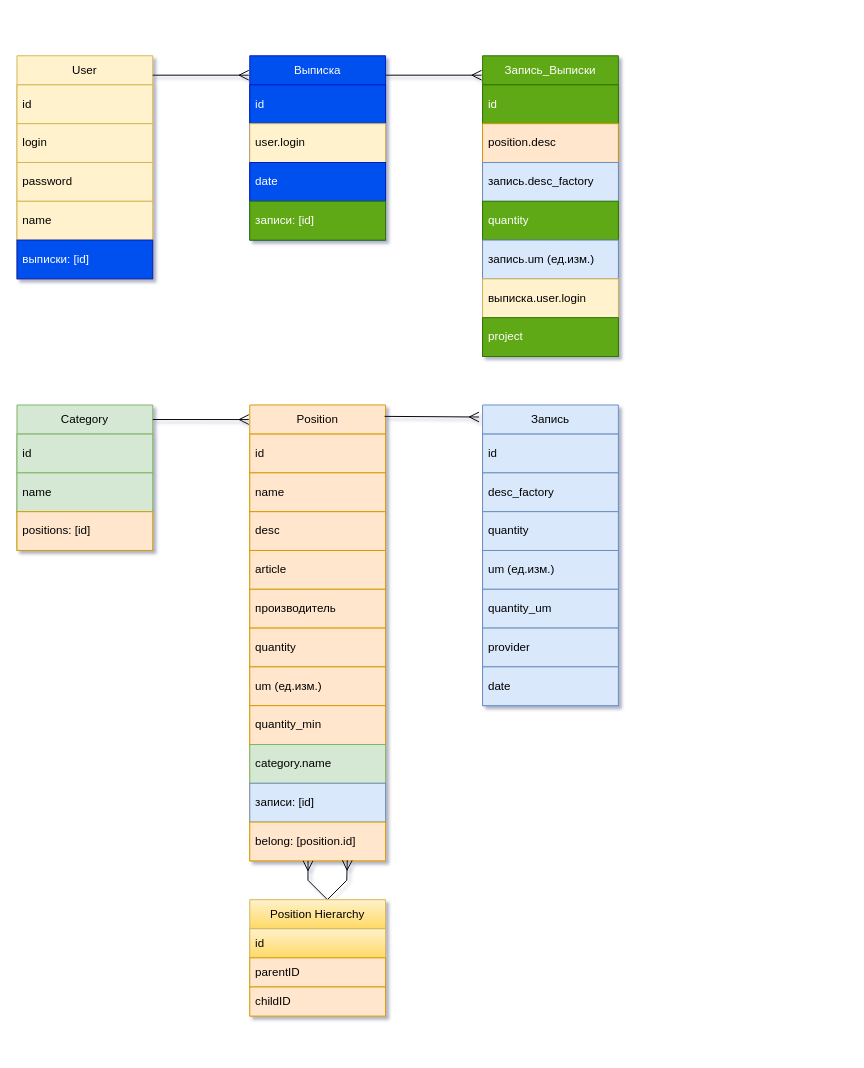
The draw.io diagram diplom_diagramBD.drawio in DaveBullworth/diploma, before the edit. Source tidied: cells renumbered, new cells numbered last; positions are measured from the earlier drawing's top-left corner, leaving out a move shared by most shapes. Both pictures are drawn from the tidied source at 97%, with x=0, y=0 at pixel (16, 55).
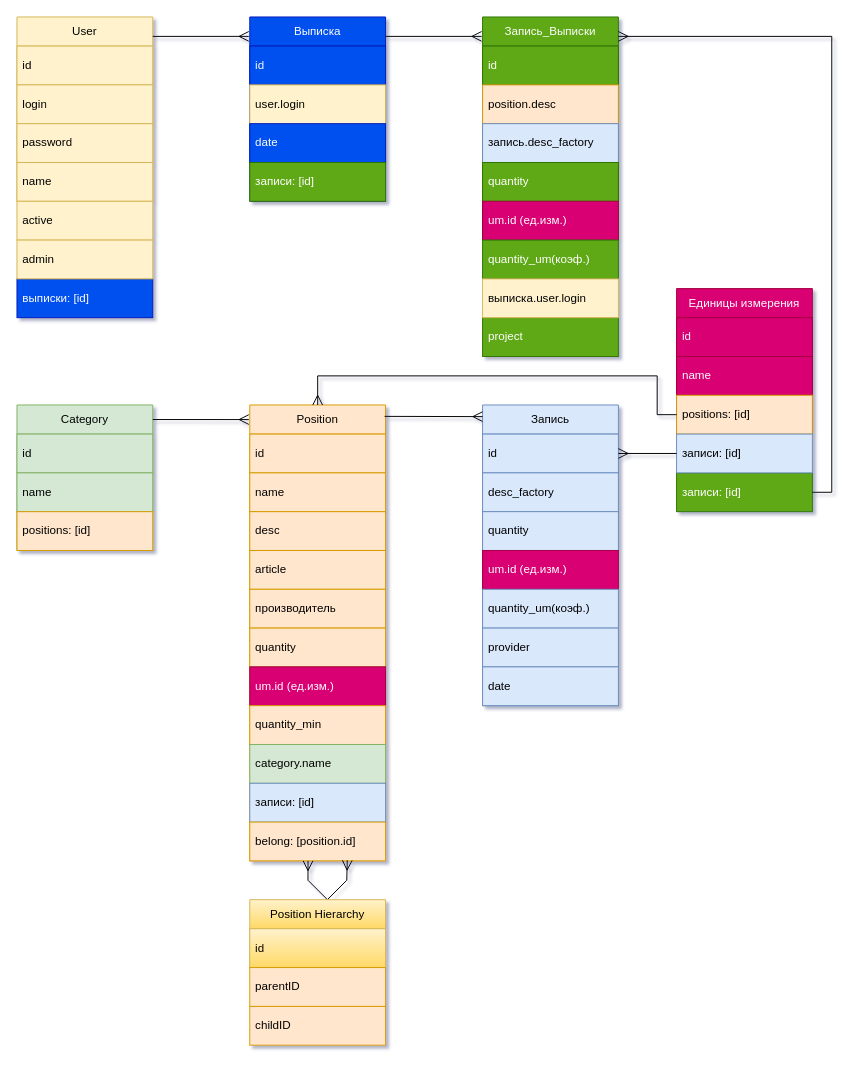
Above is the later version.

Commit message (it also covers changes not shown here):
quickfix: -extract edit on diff. user -add form-btn on pos page -minor style changes

The change refers to these unchanged cells:
```xml
<mxCell id="25" value="Position" style="swimlane;fontStyle=0;horizontal=1;startSize=30;whiteSpace=wrap;html=1;fillColor=#ffe6cc;strokeColor=#d79b00;" parent="1" vertex="1">
  <mxGeometry x="240" y="360" width="140" height="470" as="geometry" />
</mxCell>
<mxCell id="38" value="Запись" style="swimlane;fontStyle=0;horizontal=1;startSize=30;whiteSpace=wrap;html=1;fillColor=#dae8fc;strokeColor=#6c8ebf;" parent="1" vertex="1">
  <mxGeometry x="480" y="360" width="140" height="310" as="geometry" />
</mxCell>
<mxCell id="39" value="id" style="text;strokeColor=#6c8ebf;fillColor=#dae8fc;align=left;verticalAlign=middle;spacingLeft=4;spacingRight=4;overflow=hidden;points=[[0,0.5],[1,0.5]];portConstraint=eastwest;whiteSpace=wrap;html=1;" parent="38" vertex="1">
  <mxGeometry y="30" width="140" height="40" as="geometry" />
</mxCell>
```

Change to the diagram source:
```diff
@@
     <mxCell id="2" value="User" style="swimlane;fontStyle=0;horizontal=1;startSize=30;whiteSpace=wrap;html=1;fillColor=#fff2cc;strokeColor=#d6b656;" parent="1" vertex="1">
-      <mxGeometry width="140" height="230" as="geometry" />
+      <mxGeometry y="-40" width="140" height="190" as="geometry" />
     </mxCell>
@@
-    <mxCell id="7" value="выписки: [id]" style="text;strokeColor=#001DBC;fillColor=#0050ef;align=left;verticalAlign=middle;spacingLeft=4;spacingRight=4;overflow=hidden;whiteSpace=wrap;html=1;fontColor=#ffffff;" parent="2" vertex="1">
-      <mxGeometry y="190" width="140" height="40" as="geometry" />
-    </mxCell>
@@
     <mxCell id="12" value="Выписка" style="swimlane;fontStyle=0;horizontal=1;startSize=30;whiteSpace=wrap;html=1;fillColor=#0050ef;fontColor=#ffffff;strokeColor=#001DBC;" parent="1" vertex="1">
-      <mxGeometry x="240" width="140" height="190" as="geometry" />
+      <mxGeometry x="240" y="-40" width="140" height="190" as="geometry" />
     </mxCell>
@@
     <mxCell id="17" value="Запись_Выписки" style="swimlane;fontStyle=0;horizontal=1;startSize=30;whiteSpace=wrap;html=1;fillColor=#60a917;fontColor=#ffffff;strokeColor=#2D7600;" parent="1" vertex="1">
-      <mxGeometry x="480" width="140" height="310" as="geometry" />
+      <mxGeometry x="480" y="-40" width="140" height="230" as="geometry" />
     </mxCell>
@@
-    <mxCell id="22" value="запись.um (ед.изм.)" style="text;strokeColor=#6c8ebf;fillColor=#dae8fc;align=left;verticalAlign=middle;spacingLeft=4;spacingRight=4;overflow=hidden;whiteSpace=wrap;html=1;" parent="17" vertex="1">
+    <mxCell id="22" value="um.id (ед.изм.)" style="text;strokeColor=#A50040;fillColor=#d80073;align=left;verticalAlign=middle;spacingLeft=4;spacingRight=4;overflow=hidden;whiteSpace=wrap;html=1;fontColor=#ffffff;" parent="17" vertex="1">
       <mxGeometry y="190" width="140" height="40" as="geometry" />
     </mxCell>
-    <mxCell id="23" value="выписка.user.login" style="text;strokeColor=#d6b656;fillColor=#fff2cc;align=left;verticalAlign=middle;spacingLeft=4;spacingRight=4;overflow=hidden;whiteSpace=wrap;html=1;" parent="17" vertex="1">
-      <mxGeometry y="230" width="140" height="40" as="geometry" />
-    </mxCell>
-    <mxCell id="24" value="project" style="text;strokeColor=#2D7600;fillColor=#60a917;align=left;verticalAlign=middle;spacingLeft=4;spacingRight=4;overflow=hidden;whiteSpace=wrap;html=1;fontColor=#ffffff;" parent="17" vertex="1">
-      <mxGeometry y="270" width="140" height="40" as="geometry" />
-    </mxCell>
@@
-    <mxCell id="32" value="um (ед.изм.)" style="text;strokeColor=#d79b00;fillColor=#ffe6cc;align=left;verticalAlign=middle;spacingLeft=4;spacingRight=4;overflow=hidden;whiteSpace=wrap;html=1;" parent="25" vertex="1">
+    <mxCell id="32" value="um.id (ед.изм.)" style="text;strokeColor=#A50040;fillColor=#d80073;align=left;verticalAlign=middle;spacingLeft=4;spacingRight=4;overflow=hidden;whiteSpace=wrap;html=1;fontColor=#ffffff;" parent="25" vertex="1">
       <mxGeometry y="270" width="140" height="40" as="geometry" />
     </mxCell>
@@
-    <mxCell id="42" value="um (ед.изм.)" style="text;strokeColor=#6c8ebf;fillColor=#dae8fc;align=left;verticalAlign=middle;spacingLeft=4;spacingRight=4;overflow=hidden;whiteSpace=wrap;html=1;" parent="38" vertex="1">
+    <mxCell id="42" value="um.id (ед.изм.)" style="text;strokeColor=#A50040;fillColor=#d80073;align=left;verticalAlign=middle;spacingLeft=4;spacingRight=4;overflow=hidden;whiteSpace=wrap;html=1;fontColor=#ffffff;" parent="38" vertex="1">
       <mxGeometry y="150" width="140" height="40" as="geometry" />
     </mxCell>
-    <mxCell id="43" value="quantity_um" style="text;strokeColor=#6c8ebf;fillColor=#dae8fc;align=left;verticalAlign=middle;spacingLeft=4;spacingRight=4;overflow=hidden;whiteSpace=wrap;html=1;" parent="38" vertex="1">
+    <mxCell id="43" value="quantity_um(коэф.)" style="text;strokeColor=#6c8ebf;fillColor=#dae8fc;align=left;verticalAlign=middle;spacingLeft=4;spacingRight=4;overflow=hidden;whiteSpace=wrap;html=1;" parent="38" vertex="1">
       <mxGeometry y="190" width="140" height="40" as="geometry" />
     </mxCell>
@@
-    <mxCell id="47" style="endArrow=ERmany;html=1;rounded=0;fontSize=12;startSize=8;endSize=8;endFill=0;exitX=0.993;exitY=0.025;exitDx=0;exitDy=0;exitPerimeter=0;entryX=-0.026;entryY=0.04;entryDx=0;entryDy=0;entryPerimeter=0;" parent="1" edge="1" source="25" target="38">
-      <mxGeometry relative="1" as="geometry" />
+    <mxCell id="47" style="endArrow=ERmany;html=1;rounded=0;fontSize=12;startSize=8;endSize=8;endFill=0;exitX=0.993;exitY=0.025;exitDx=0;exitDy=0;exitPerimeter=0;" parent="1" edge="1" source="25">
+      <mxGeometry relative="1" as="geometry">
+        <mxPoint x="480" y="372" as="targetPoint" />
+      </mxGeometry>
     </mxCell>
     <mxCell id="48" style="endArrow=ERmany;html=1;rounded=0;fontSize=12;startSize=8;endSize=8;entryX=-0.007;entryY=0.032;entryDx=0;entryDy=0;entryPerimeter=0;endFill=0;" parent="1" edge="1">
       <mxGeometry relative="1" as="geometry">
-        <mxPoint x="140" y="20" as="sourcePoint" />
-        <mxPoint x="239" y="20" as="targetPoint" />
+        <mxPoint x="140" y="-20" as="sourcePoint" />
+        <mxPoint x="239" y="-20" as="targetPoint" />
       </mxGeometry>
     </mxCell>
     <mxCell id="49" style="endArrow=ERmany;html=1;rounded=0;fontSize=12;startSize=8;endSize=8;entryX=-0.007;entryY=0.032;entryDx=0;entryDy=0;entryPerimeter=0;endFill=0;" parent="1" edge="1">
       <mxGeometry relative="1" as="geometry">
-        <mxPoint x="380" y="20" as="sourcePoint" />
-        <mxPoint x="479" y="20" as="targetPoint" />
+        <mxPoint x="380" y="-20" as="sourcePoint" />
+        <mxPoint x="479" y="-20" as="targetPoint" />
       </mxGeometry>
     </mxCell>
     <mxCell id="50" value="Position&amp;nbsp;Hierarchy" style="swimlane;fontStyle=0;horizontal=1;startSize=30;whiteSpace=wrap;html=1;fillColor=#fff2cc;gradientColor=#ffd966;strokeColor=#d6b656;" parent="1" vertex="1">
-      <mxGeometry x="240" y="870" width="140" height="120" as="geometry" />
+      <mxGeometry x="240" y="870" width="140" height="70" as="geometry" />
     </mxCell>
     <mxCell id="51" value="id" style="text;align=left;verticalAlign=middle;spacingLeft=4;spacingRight=4;overflow=hidden;whiteSpace=wrap;html=1;fillColor=#fff2cc;gradientColor=#ffd966;strokeColor=#d6b656;" parent="50" vertex="1">
-      <mxGeometry y="30" width="140" height="30" as="geometry" />
+      <mxGeometry y="30" width="140" height="40" as="geometry" />
     </mxCell>
+    <mxCell id="54" value="active" style="text;strokeColor=#d6b656;fillColor=#fff2cc;align=left;verticalAlign=middle;spacingLeft=4;spacingRight=4;overflow=hidden;whiteSpace=wrap;html=1;" parent="1" vertex="1">
+      <mxGeometry y="150" width="140" height="40" as="geometry" />
+    </mxCell>
+    <mxCell id="7" value="выписки: [id]" style="text;strokeColor=#001DBC;fillColor=#0050ef;align=left;verticalAlign=middle;spacingLeft=4;spacingRight=4;overflow=hidden;whiteSpace=wrap;html=1;fontColor=#ffffff;" parent="1" vertex="1">
+      <mxGeometry y="230" width="140" height="40" as="geometry" />
+    </mxCell>
+    <mxCell id="55" value="admin" style="text;strokeColor=#d6b656;fillColor=#fff2cc;align=left;verticalAlign=middle;spacingLeft=4;spacingRight=4;overflow=hidden;whiteSpace=wrap;html=1;" parent="1" vertex="1">
+      <mxGeometry y="190" width="140" height="40" as="geometry" />
+    </mxCell>
+    <mxCell id="56" value="Единицы измерения" style="swimlane;fontStyle=0;horizontal=1;startSize=30;whiteSpace=wrap;html=1;fillColor=#d80073;strokeColor=#A50040;fontColor=#ffffff;" parent="1" vertex="1">
+      <mxGeometry x="680" y="240" width="140" height="150" as="geometry" />
+    </mxCell>
+    <mxCell id="57" value="id" style="text;strokeColor=#A50040;fillColor=#d80073;align=left;verticalAlign=middle;spacingLeft=4;spacingRight=4;overflow=hidden;whiteSpace=wrap;html=1;fontColor=#ffffff;" parent="56" vertex="1">
+      <mxGeometry y="30" width="140" height="40" as="geometry" />
+    </mxCell>
+    <mxCell id="58" value="name" style="text;strokeColor=#A50040;fillColor=#d80073;align=left;verticalAlign=middle;spacingLeft=4;spacingRight=4;overflow=hidden;whiteSpace=wrap;html=1;fontColor=#ffffff;" parent="56" vertex="1">
+      <mxGeometry y="70" width="140" height="40" as="geometry" />
+    </mxCell>
+    <mxCell id="59" value="positions: [id]" style="text;strokeColor=#d79b00;fillColor=#ffe6cc;align=left;verticalAlign=middle;spacingLeft=4;spacingRight=4;overflow=hidden;points=[[0,0.5],[1,0.5]];portConstraint=eastwest;whiteSpace=wrap;html=1;" parent="56" vertex="1">
+      <mxGeometry y="110" width="140" height="40" as="geometry" />
+    </mxCell>
+    <mxCell id="60" value="записи: [id]" style="text;strokeColor=#2D7600;fillColor=#60a917;align=left;verticalAlign=middle;spacingLeft=4;spacingRight=4;overflow=hidden;points=[[0,0.5],[1,0.5]];portConstraint=eastwest;whiteSpace=wrap;html=1;fontColor=#ffffff;" parent="1" vertex="1">
+      <mxGeometry x="680" y="430" width="140" height="40" as="geometry" />
+    </mxCell>
+    <mxCell id="61" value="записи: [id]" style="text;strokeColor=#6c8ebf;fillColor=#dae8fc;align=left;verticalAlign=middle;spacingLeft=4;spacingRight=4;overflow=hidden;points=[[0,0.5],[1,0.5]];portConstraint=eastwest;whiteSpace=wrap;html=1;" parent="1" vertex="1">
+      <mxGeometry x="680" y="390" width="140" height="40" as="geometry" />
+    </mxCell>
+    <mxCell id="62" style="endArrow=ERmany;html=1;rounded=0;fontSize=12;startSize=8;endSize=8;endFill=0;exitX=0;exitY=0.5;exitDx=0;exitDy=0;entryX=1;entryY=0.5;entryDx=0;entryDy=0;" parent="1" edge="1" source="61" target="39">
+      <mxGeometry relative="1" as="geometry" />
+    </mxCell>
+    <mxCell id="63" style="endArrow=ERmany;html=1;rounded=0;fontSize=12;startSize=8;endSize=8;endFill=0;entryX=0.5;entryY=0;entryDx=0;entryDy=0;" parent="1" edge="1" target="25">
+      <mxGeometry relative="1" as="geometry">
+        <mxPoint x="310" y="330" as="sourcePoint" />
+      </mxGeometry>
+    </mxCell>
+    <mxCell id="64" style="endArrow=none;html=1;rounded=0;" parent="1" edge="1">
+      <mxGeometry relative="1" as="geometry">
+        <mxPoint x="310" y="330" as="sourcePoint" />
+        <mxPoint x="660" y="330" as="targetPoint" />
+      </mxGeometry>
+    </mxCell>
+    <mxCell id="65" style="endArrow=none;html=1;rounded=0;" parent="1" edge="1">
+      <mxGeometry relative="1" as="geometry">
+        <mxPoint x="660" y="370" as="sourcePoint" />
+        <mxPoint x="660" y="330" as="targetPoint" />
+      </mxGeometry>
+    </mxCell>
+    <mxCell id="66" style="endArrow=none;html=1;rounded=0;exitX=0;exitY=0.5;exitDx=0;exitDy=0;" parent="1" edge="1" source="59">
+      <mxGeometry relative="1" as="geometry">
+        <mxPoint x="660" y="370" as="targetPoint" />
+      </mxGeometry>
+    </mxCell>
+    <mxCell id="67" style="endArrow=none;html=1;rounded=0;entryX=1;entryY=0.5;entryDx=0;entryDy=0;" parent="1" edge="1" target="60">
+      <mxGeometry relative="1" as="geometry">
+        <mxPoint x="840" y="450" as="sourcePoint" />
+      </mxGeometry>
+    </mxCell>
+    <mxCell id="68" style="endArrow=none;html=1;rounded=0;" parent="1" edge="1">
+      <mxGeometry relative="1" as="geometry">
+        <mxPoint x="840" y="450" as="sourcePoint" />
+        <mxPoint x="840" y="-20" as="targetPoint" />
+      </mxGeometry>
+    </mxCell>
+    <mxCell id="69" style="endArrow=ERmany;html=1;rounded=0;fontSize=12;startSize=8;endSize=8;endFill=0;" parent="1" edge="1">
+      <mxGeometry relative="1" as="geometry">
+        <mxPoint x="840" y="-20" as="sourcePoint" />
+        <mxPoint x="620" y="-20" as="targetPoint" />
+      </mxGeometry>
+    </mxCell>
+    <mxCell id="53" value="childID" style="text;strokeColor=#d79b00;fillColor=#ffe6cc;align=left;verticalAlign=middle;spacingLeft=4;spacingRight=4;overflow=hidden;whiteSpace=wrap;html=1;" parent="1" vertex="1">
+      <mxGeometry x="240" y="980" width="140" height="40" as="geometry" />
+    </mxCell>
-    <mxCell id="52" value="parentID" style="text;strokeColor=#d79b00;fillColor=#ffe6cc;align=left;verticalAlign=middle;spacingLeft=4;spacingRight=4;overflow=hidden;whiteSpace=wrap;html=1;" parent="50" vertex="1">
-      <mxGeometry y="60" width="140" height="30" as="geometry" />
+    <mxCell id="52" value="parentID" style="text;strokeColor=#d79b00;fillColor=#ffe6cc;align=left;verticalAlign=middle;spacingLeft=4;spacingRight=4;overflow=hidden;whiteSpace=wrap;html=1;" parent="1" vertex="1">
+      <mxGeometry x="240" y="940" width="140" height="40" as="geometry" />
     </mxCell>
-    <mxCell id="53" value="childID" style="text;strokeColor=#d79b00;fillColor=#ffe6cc;align=left;verticalAlign=middle;spacingLeft=4;spacingRight=4;overflow=hidden;whiteSpace=wrap;html=1;" parent="50" vertex="1">
-      <mxGeometry y="90" width="140" height="30" as="geometry" />
-    </mxCell>
+    <mxCell id="70" value="quantity_um(коэф.)" style="text;strokeColor=#2D7600;fillColor=#60a917;align=left;verticalAlign=middle;spacingLeft=4;spacingRight=4;overflow=hidden;whiteSpace=wrap;html=1;fontColor=#ffffff;" parent="1" vertex="1">
+      <mxGeometry x="480" y="190" width="140" height="40" as="geometry" />
+    </mxCell>
+    <mxCell id="24" value="project" style="text;strokeColor=#2D7600;fillColor=#60a917;align=left;verticalAlign=middle;spacingLeft=4;spacingRight=4;overflow=hidden;whiteSpace=wrap;html=1;fontColor=#ffffff;" parent="1" vertex="1">
+      <mxGeometry x="480" y="270" width="140" height="40" as="geometry" />
+    </mxCell>
+    <mxCell id="23" value="выписка.user.login" style="text;strokeColor=#d6b656;fillColor=#fff2cc;align=left;verticalAlign=middle;spacingLeft=4;spacingRight=4;overflow=hidden;whiteSpace=wrap;html=1;" parent="1" vertex="1">
+      <mxGeometry x="480" y="230" width="140" height="40" as="geometry" />
+    </mxCell>
```
